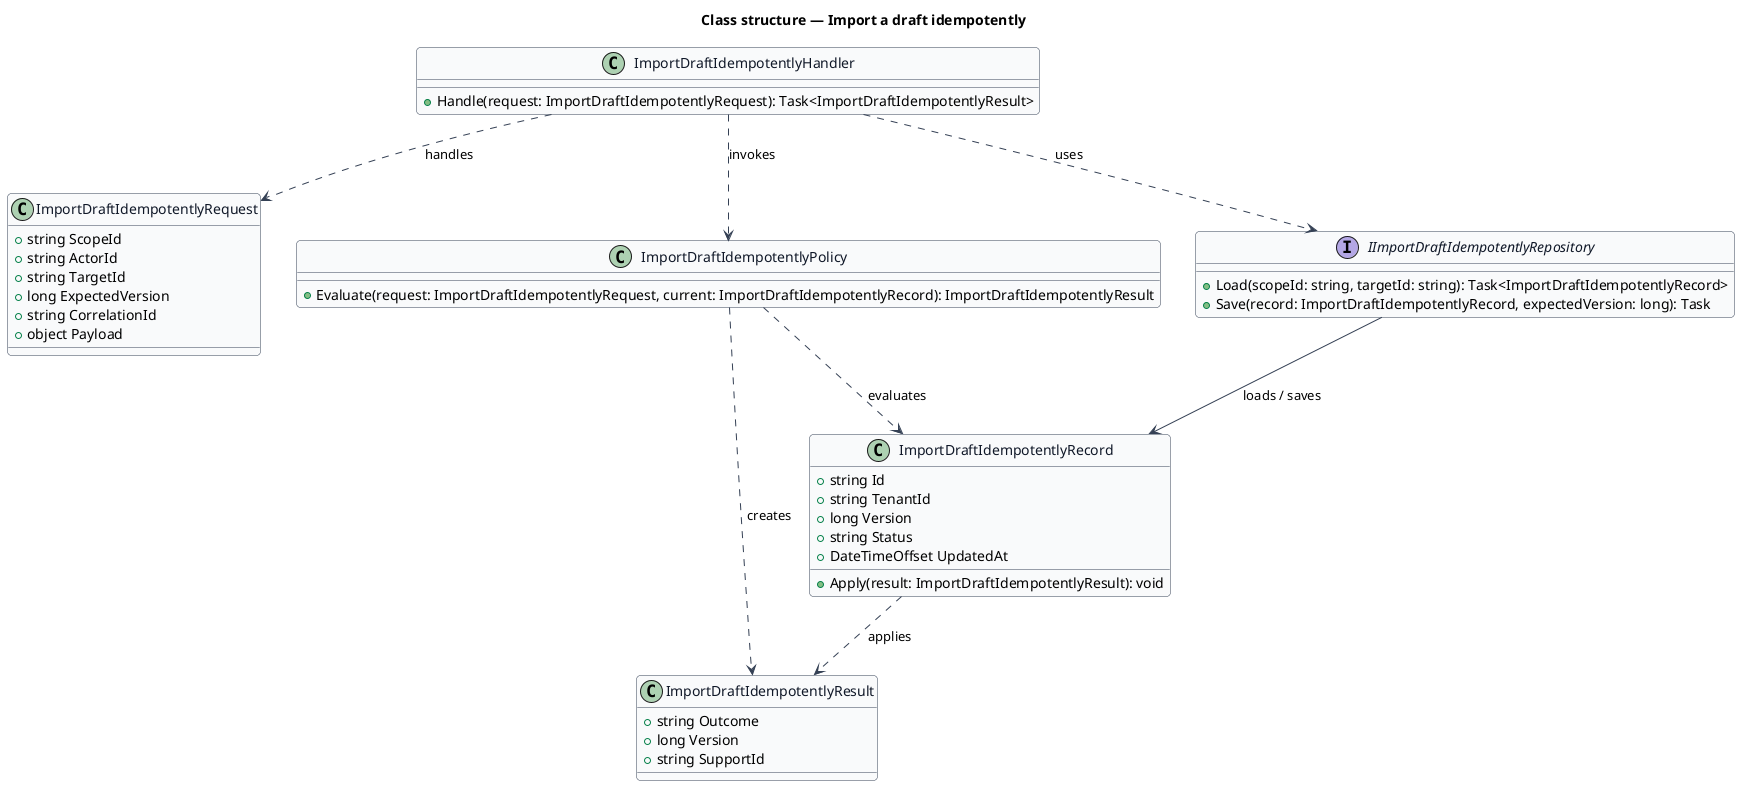
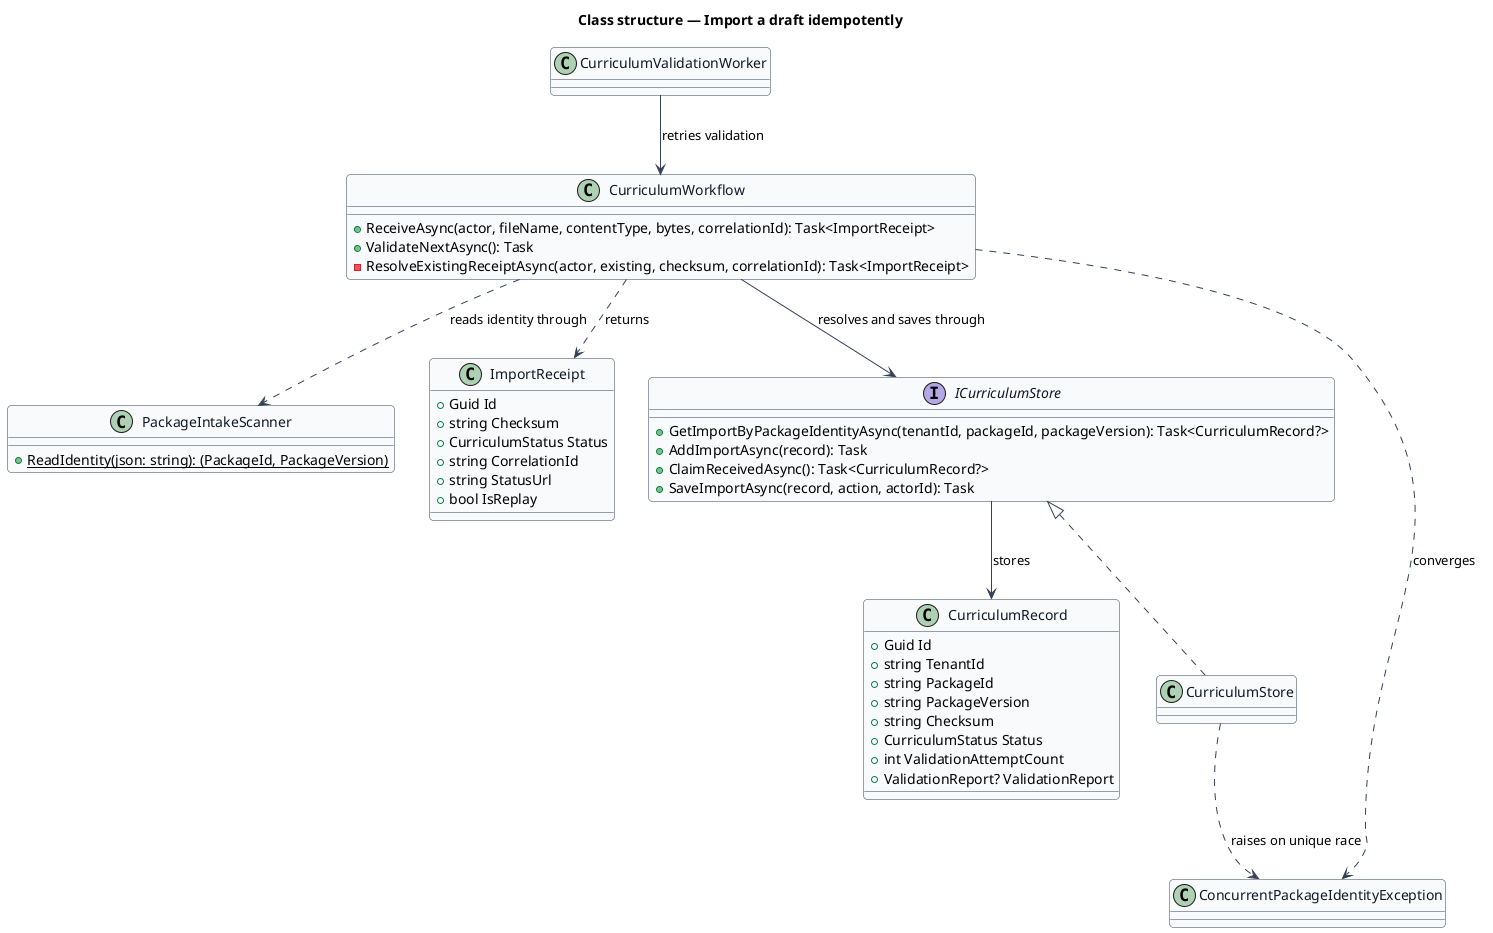
@startuml
skinparam backgroundColor #FFFFFF
skinparam shadowing false
skinparam roundcorner 8
skinparam defaultFontName Arial
skinparam ArrowColor #344054
skinparam class {
  BorderColor #344054
  FontColor #101828
  BackgroundColor #F9FAFB
}
title Class structure — Import a draft idempotently

- class ImportDraftIdempotentlyRequest {
-   +string ScopeId
-   +string ActorId
-   +string TargetId
-   +long ExpectedVersion
-   +string CorrelationId
-   +object Payload
+ class CurriculumWorkflow {
+   +ReceiveAsync(actor, fileName, contentType, bytes, correlationId): Task<ImportReceipt>
+   +ValidateNextAsync(): Task
+   -ResolveExistingReceiptAsync(actor, existing, checksum, correlationId): Task<ImportReceipt>
}

- class ImportDraftIdempotentlyResult {
-   +string Outcome
-   +long Version
-   +string SupportId
+ class PackageIntakeScanner {
+   {static} +ReadIdentity(json: string): (PackageId, PackageVersion)
}

- class ImportDraftIdempotentlyRecord {
-   +string Id
-   +string TenantId
-   +long Version
-   +string Status
-   +DateTimeOffset UpdatedAt
-   +Apply(result: ImportDraftIdempotentlyResult): void
+ class ImportReceipt {
+   +Guid Id
+   +string Checksum
+   +CurriculumStatus Status
+   +string CorrelationId
+   +string StatusUrl
+   +bool IsReplay
}

- class ImportDraftIdempotentlyPolicy {
-   +Evaluate(request: ImportDraftIdempotentlyRequest, current: ImportDraftIdempotentlyRecord): ImportDraftIdempotentlyResult
+ class CurriculumRecord {
+   +Guid Id
+   +string TenantId
+   +string PackageId
+   +string PackageVersion
+   +string Checksum
+   +CurriculumStatus Status
+   +int ValidationAttemptCount
+   +ValidationReport? ValidationReport
}

- interface IImportDraftIdempotentlyRepository {
-   +Load(scopeId: string, targetId: string): Task<ImportDraftIdempotentlyRecord>
-   +Save(record: ImportDraftIdempotentlyRecord, expectedVersion: long): Task
+ interface ICurriculumStore {
+   +GetImportByPackageIdentityAsync(tenantId, packageId, packageVersion): Task<CurriculumRecord?>
+   +AddImportAsync(record): Task
+   +ClaimReceivedAsync(): Task<CurriculumRecord?>
+   +SaveImportAsync(record, action, actorId): Task
}

- class ImportDraftIdempotentlyHandler {
-   +Handle(request: ImportDraftIdempotentlyRequest): Task<ImportDraftIdempotentlyResult>
- }
+ class CurriculumStore
+ class CurriculumValidationWorker
+ class ConcurrentPackageIdentityException

- ImportDraftIdempotentlyHandler ..> ImportDraftIdempotentlyRequest : handles
- ImportDraftIdempotentlyHandler ..> ImportDraftIdempotentlyPolicy : invokes
- ImportDraftIdempotentlyHandler ..> IImportDraftIdempotentlyRepository : uses
- IImportDraftIdempotentlyRepository --> ImportDraftIdempotentlyRecord : loads / saves
- ImportDraftIdempotentlyPolicy ..> ImportDraftIdempotentlyRecord : evaluates
- ImportDraftIdempotentlyPolicy ..> ImportDraftIdempotentlyResult : creates
- ImportDraftIdempotentlyRecord ..> ImportDraftIdempotentlyResult : applies
+ CurriculumWorkflow ..> PackageIntakeScanner : reads identity through
+ CurriculumWorkflow ..> ImportReceipt : returns
+ CurriculumWorkflow --> ICurriculumStore : resolves and saves through
+ ICurriculumStore <|.. CurriculumStore
+ CurriculumStore ..> ConcurrentPackageIdentityException : raises on unique race
+ CurriculumWorkflow ..> ConcurrentPackageIdentityException : converges
+ CurriculumValidationWorker --> CurriculumWorkflow : retries validation
+ ICurriculumStore --> CurriculumRecord : stores
@enduml
